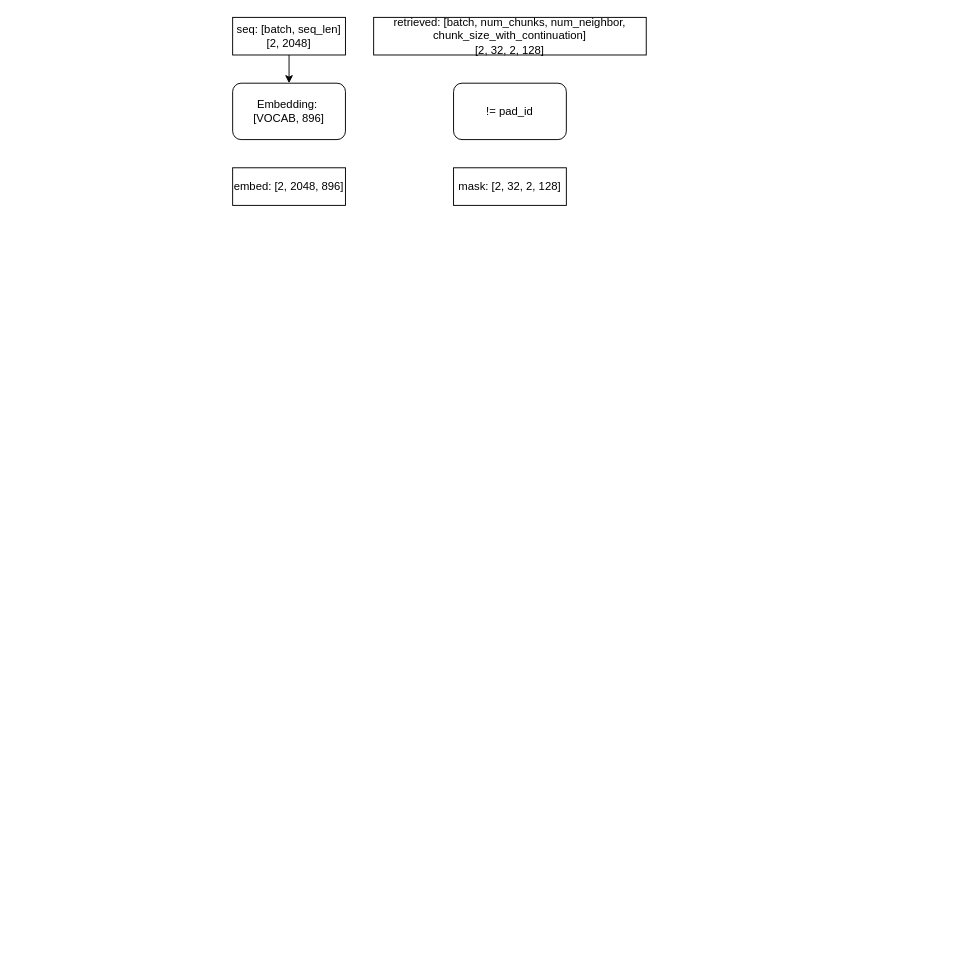
Above: study/未命名绘图.drawio in KnowingNothing/ZSZ_Samples (draw.io), before the change. Source tidied: cells renumbered, new cells numbered last; positions are measured from the earlier drawing's top-left corner, leaving out a move shared by most shapes. Both pictures are drawn from the tidied source at 94%, with x=0, y=0 at pixel (232, 17).
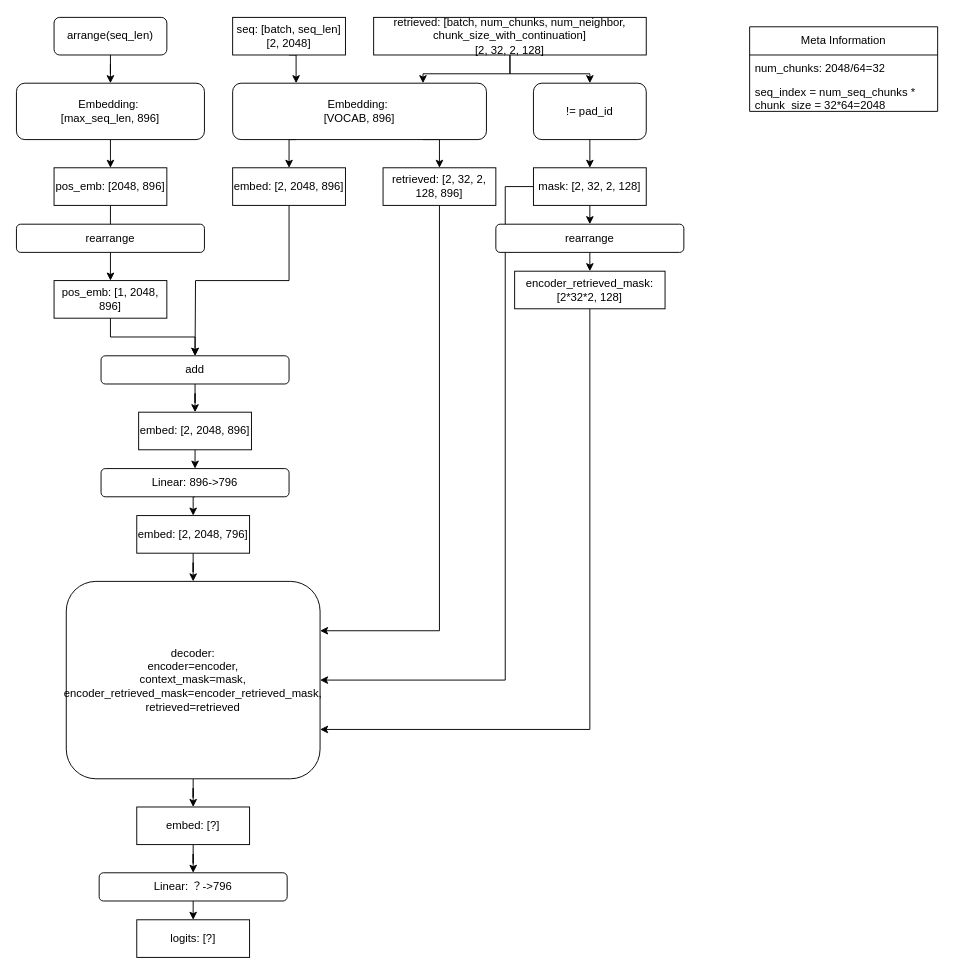
Above is the later version.

Commit message (it also covers changes not shown here):
更新未命名绘图.drawio

The change refers to these unchanged cells:
```xml
<mxCell id="3" value="seq: [batch, seq_len]&lt;br&gt;[2, 2048]" style="rounded=0;whiteSpace=wrap;html=1;" parent="1" vertex="1">
  <mxGeometry width="120" height="40" as="geometry" />
</mxCell>
<mxCell id="4" value="embed: [2, 2048, 896]" style="rounded=0;whiteSpace=wrap;html=1;" parent="1" vertex="1">
  <mxGeometry y="160" width="120" height="40" as="geometry" />
</mxCell>
<mxCell id="6" value="retrieved: [batch, num_chunks, num_neighbor, chunk_size_with_continuation]&lt;br&gt;[2, 32, 2, 128]" style="rounded=0;whiteSpace=wrap;html=1;" parent="1" vertex="1">
  <mxGeometry x="150" width="290" height="40" as="geometry" />
</mxCell>
```

Diff of the diagram source:
```diff
@@
-    <mxCell id="2" style="edgeStyle=orthogonalEdgeStyle;rounded=0;jettySize=auto;html=1;exitX=0.5;exitY=1;exitDx=0;exitDy=0;entryX=0.5;entryY=0;entryDx=0;entryDy=0;" parent="1" edge="1" source="3">
-      <mxGeometry relative="1" as="geometry">
-        <mxPoint x="60" y="70" as="targetPoint" />
-      </mxGeometry>
+    <mxCell id="2" style="edgeStyle=orthogonalEdgeStyle;rounded=0;jettySize=auto;html=1;exitX=0.5;exitY=1;exitDx=0;exitDy=0;entryX=0.25;entryY=0;entryDx=0;entryDy=0;" parent="1" edge="1" source="3" target="5">
+      <mxGeometry relative="1" as="geometry" />
     </mxCell>
@@
+    <mxCell id="9" style="edgeStyle=orthogonalEdgeStyle;rounded=0;jettySize=auto;html=1;exitX=0.5;exitY=1;exitDx=0;exitDy=0;" parent="1" edge="1" source="4">
+      <mxGeometry relative="1" as="geometry">
+        <mxPoint x="-40" y="360" as="targetPoint" />
+      </mxGeometry>
+    </mxCell>
@@
+    <mxCell id="10" style="edgeStyle=orthogonalEdgeStyle;rounded=0;jettySize=auto;html=1;exitX=0.25;exitY=1;exitDx=0;exitDy=0;entryX=0.5;entryY=0;entryDx=0;entryDy=0;" parent="1" edge="1" source="5" target="4">
+      <mxGeometry relative="1" as="geometry" />
+    </mxCell>
+    <mxCell id="11" style="edgeStyle=orthogonalEdgeStyle;rounded=0;jettySize=auto;html=1;exitX=0.75;exitY=1;exitDx=0;exitDy=0;entryX=0.5;entryY=0;entryDx=0;entryDy=0;" parent="1" edge="1" source="5" target="21">
+      <mxGeometry relative="1" as="geometry" />
+    </mxCell>
     <mxCell id="5" value="Embedding:&amp;nbsp;&lt;br&gt;[VOCAB, 896]" style="rounded=1;whiteSpace=wrap;html=1;" parent="1" vertex="1">
-      <mxGeometry y="70" width="120" height="60" as="geometry" />
+      <mxGeometry y="70" width="270" height="60" as="geometry" />
     </mxCell>
+    <mxCell id="12" style="edgeStyle=orthogonalEdgeStyle;rounded=0;jettySize=auto;html=1;exitX=0.5;exitY=1;exitDx=0;exitDy=0;" parent="1" edge="1" source="6" target="7">
+      <mxGeometry relative="1" as="geometry" />
+    </mxCell>
+    <mxCell id="13" style="edgeStyle=orthogonalEdgeStyle;rounded=0;jettySize=auto;html=1;exitX=0.5;exitY=1;exitDx=0;exitDy=0;entryX=0.75;entryY=0;entryDx=0;entryDy=0;" parent="1" edge="1" source="6" target="5">
+      <mxGeometry relative="1" as="geometry" />
+    </mxCell>
@@
+    <mxCell id="14" style="edgeStyle=orthogonalEdgeStyle;rounded=0;jettySize=auto;html=1;exitX=0.5;exitY=1;exitDx=0;exitDy=0;entryX=0.5;entryY=0;entryDx=0;entryDy=0;" parent="1" edge="1" source="7" target="8">
+      <mxGeometry relative="1" as="geometry" />
+    </mxCell>
     <mxCell id="7" value="!= pad_id" style="rounded=1;whiteSpace=wrap;html=1;" parent="1" vertex="1">
-      <mxGeometry x="235" y="70" width="120" height="60" as="geometry" />
+      <mxGeometry x="320" y="70" width="120" height="60" as="geometry" />
     </mxCell>
+    <mxCell id="15" style="edgeStyle=orthogonalEdgeStyle;rounded=0;jettySize=auto;html=1;exitX=0.5;exitY=1;exitDx=0;exitDy=0;entryX=0.5;entryY=0;entryDx=0;entryDy=0;" parent="1" edge="1" source="8" target="38">
+      <mxGeometry relative="1" as="geometry" />
+    </mxCell>
+    <mxCell id="16" style="edgeStyle=orthogonalEdgeStyle;rounded=0;jettySize=auto;html=1;exitX=0;exitY=0.5;exitDx=0;exitDy=0;entryX=1;entryY=0.5;entryDx=0;entryDy=0;" parent="1" edge="1" source="8" target="36">
+      <mxGeometry relative="1" as="geometry">
+        <Array as="points">
+          <mxPoint x="290" y="180" />
+          <mxPoint x="290" y="705" />
+        </Array>
+      </mxGeometry>
+    </mxCell>
     <mxCell id="8" value="mask: [2, 32, 2, 128]" style="rounded=0;whiteSpace=wrap;html=1;" parent="1" vertex="1">
-      <mxGeometry x="235" y="160" width="120" height="40" as="geometry" />
+      <mxGeometry x="320" y="160" width="120" height="40" as="geometry" />
     </mxCell>
+    <mxCell id="17" value="Meta Information" style="swimlane;fontStyle=0;horizontal=1;startSize=30;whiteSpace=wrap;html=1;" parent="1" vertex="1">
+      <mxGeometry x="550" y="10" width="200" height="90" as="geometry" />
+    </mxCell>
+    <mxCell id="18" value="num_chunks: 2048/64=32" style="text;strokeColor=none;fillColor=none;align=left;verticalAlign=middle;spacingLeft=4;spacingRight=4;overflow=hidden;whiteSpace=wrap;html=1;" parent="17" vertex="1">
+      <mxGeometry y="30" width="200" height="30" as="geometry" />
+    </mxCell>
+    <mxCell id="19" value="seq_index = num_seq_chunks * chunk_size = 32*64=2048" style="text;strokeColor=none;fillColor=none;align=left;verticalAlign=middle;spacingLeft=4;spacingRight=4;overflow=hidden;whiteSpace=wrap;html=1;" parent="17" vertex="1">
+      <mxGeometry y="60" width="200" height="30" as="geometry" />
+    </mxCell>
+    <mxCell id="20" style="edgeStyle=orthogonalEdgeStyle;rounded=0;jettySize=auto;html=1;exitX=0.5;exitY=1;exitDx=0;exitDy=0;entryX=1;entryY=0.25;entryDx=0;entryDy=0;" parent="1" edge="1" source="21" target="36">
+      <mxGeometry relative="1" as="geometry" />
+    </mxCell>
+    <mxCell id="21" value="retrieved: [2, 32, 2, 128, 896]" style="rounded=0;whiteSpace=wrap;html=1;" parent="1" vertex="1">
+      <mxGeometry x="160" y="160" width="120" height="40" as="geometry" />
+    </mxCell>
+    <mxCell id="22" style="edgeStyle=orthogonalEdgeStyle;rounded=0;jettySize=auto;html=1;" parent="1" edge="1" source="23" target="25">
+      <mxGeometry relative="1" as="geometry" />
+    </mxCell>
+    <mxCell id="23" value="arrange(seq_len)" style="rounded=1;whiteSpace=wrap;html=1;" parent="1" vertex="1">
+      <mxGeometry x="-190" width="120" height="40" as="geometry" />
+    </mxCell>
+    <mxCell id="24" style="edgeStyle=orthogonalEdgeStyle;rounded=0;jettySize=auto;html=1;exitX=0.5;exitY=1;exitDx=0;exitDy=0;entryX=0.5;entryY=0;entryDx=0;entryDy=0;" parent="1" edge="1" source="25" target="27">
+      <mxGeometry relative="1" as="geometry" />
+    </mxCell>
+    <mxCell id="25" value="Embedding:&amp;nbsp;&lt;br&gt;[max_seq_len, 896]" style="rounded=1;whiteSpace=wrap;html=1;" parent="1" vertex="1">
+      <mxGeometry x="-230" y="70" width="200" height="60" as="geometry" />
+    </mxCell>
+    <mxCell id="26" style="edgeStyle=orthogonalEdgeStyle;rounded=0;jettySize=auto;html=1;" parent="1" edge="1" source="27" target="30">
+      <mxGeometry relative="1" as="geometry" />
+    </mxCell>
+    <mxCell id="27" value="pos_emb: [2048, 896]" style="rounded=0;whiteSpace=wrap;html=1;" parent="1" vertex="1">
+      <mxGeometry x="-190" y="160" width="120" height="40" as="geometry" />
+    </mxCell>
+    <mxCell id="28" value="rearrange" style="rounded=1;whiteSpace=wrap;html=1;" parent="1" vertex="1">
+      <mxGeometry x="-230" y="220" width="200" height="30" as="geometry" />
+    </mxCell>
+    <mxCell id="29" style="edgeStyle=orthogonalEdgeStyle;rounded=0;jettySize=auto;html=1;" parent="1" edge="1" source="30" target="32">
+      <mxGeometry relative="1" as="geometry" />
+    </mxCell>
+    <mxCell id="30" value="pos_emb: [1, 2048, 896]" style="rounded=0;whiteSpace=wrap;html=1;" parent="1" vertex="1">
+      <mxGeometry x="-190" y="280" width="120" height="40" as="geometry" />
+    </mxCell>
+    <mxCell id="31" style="edgeStyle=orthogonalEdgeStyle;rounded=0;jettySize=auto;html=1;" parent="1" edge="1" source="32" target="34">
+      <mxGeometry relative="1" as="geometry" />
+    </mxCell>
+    <mxCell id="32" value="add" style="rounded=1;whiteSpace=wrap;html=1;" parent="1" vertex="1">
+      <mxGeometry x="-140" y="360" width="200" height="30" as="geometry" />
+    </mxCell>
+    <mxCell id="33" style="edgeStyle=orthogonalEdgeStyle;rounded=0;jettySize=auto;html=1;exitX=0.5;exitY=1;exitDx=0;exitDy=0;entryX=0.5;entryY=0;entryDx=0;entryDy=0;" parent="1" edge="1" source="34" target="42">
+      <mxGeometry relative="1" as="geometry" />
+    </mxCell>
+    <mxCell id="34" value="embed: [2, 2048, 896]" style="rounded=0;whiteSpace=wrap;html=1;" parent="1" vertex="1">
+      <mxGeometry x="-100" y="420" width="120" height="40" as="geometry" />
+    </mxCell>
+    <mxCell id="35" style="edgeStyle=orthogonalEdgeStyle;rounded=0;jettySize=auto;html=1;" parent="1" edge="1" source="36" target="46">
+      <mxGeometry relative="1" as="geometry" />
+    </mxCell>
+    <mxCell id="36" value="decoder:&lt;br&gt;encoder=encoder,&lt;br&gt;context_mask=mask,&lt;br&gt;encoder_retrieved_mask=encoder_retrieved_mask,&lt;br&gt;retrieved=retrieved" style="rounded=1;whiteSpace=wrap;html=1;" parent="1" vertex="1">
+      <mxGeometry x="-177" y="600" width="270" height="210" as="geometry" />
+    </mxCell>
+    <mxCell id="37" style="edgeStyle=orthogonalEdgeStyle;rounded=0;jettySize=auto;html=1;exitX=0.5;exitY=1;exitDx=0;exitDy=0;entryX=0.5;entryY=0;entryDx=0;entryDy=0;" parent="1" edge="1" source="38" target="40">
+      <mxGeometry relative="1" as="geometry" />
+    </mxCell>
+    <mxCell id="38" value="rearrange" style="rounded=1;whiteSpace=wrap;html=1;" parent="1" vertex="1">
+      <mxGeometry x="280" y="220" width="200" height="30" as="geometry" />
+    </mxCell>
+    <mxCell id="39" style="edgeStyle=orthogonalEdgeStyle;rounded=0;jettySize=auto;html=1;exitX=0.5;exitY=1;exitDx=0;exitDy=0;entryX=1;entryY=0.75;entryDx=0;entryDy=0;" parent="1" edge="1" source="40" target="36">
+      <mxGeometry relative="1" as="geometry" />
+    </mxCell>
+    <mxCell id="40" value="encoder_retrieved_mask:[2*32*2, 128]" style="rounded=0;whiteSpace=wrap;html=1;" parent="1" vertex="1">
+      <mxGeometry x="300" y="270" width="160" height="40" as="geometry" />
+    </mxCell>
+    <mxCell id="41" style="edgeStyle=orthogonalEdgeStyle;rounded=0;jettySize=auto;html=1;exitX=0.5;exitY=1;exitDx=0;exitDy=0;entryX=0.5;entryY=0;entryDx=0;entryDy=0;" parent="1" edge="1" source="42" target="44">
+      <mxGeometry relative="1" as="geometry" />
+    </mxCell>
+    <mxCell id="42" value="Linear: 896-&amp;gt;796" style="rounded=1;whiteSpace=wrap;html=1;" parent="1" vertex="1">
+      <mxGeometry x="-140" y="480" width="200" height="30" as="geometry" />
+    </mxCell>
+    <mxCell id="43" style="edgeStyle=orthogonalEdgeStyle;rounded=0;jettySize=auto;html=1;" parent="1" edge="1" source="44" target="36">
+      <mxGeometry relative="1" as="geometry" />
+    </mxCell>
+    <mxCell id="44" value="embed: [2, 2048, 796]" style="rounded=0;whiteSpace=wrap;html=1;" parent="1" vertex="1">
+      <mxGeometry x="-102" y="530" width="120" height="40" as="geometry" />
+    </mxCell>
+    <mxCell id="45" style="edgeStyle=orthogonalEdgeStyle;rounded=0;jettySize=auto;html=1;" parent="1" edge="1" source="46" target="48">
+      <mxGeometry relative="1" as="geometry" />
+    </mxCell>
+    <mxCell id="46" value="embed: [?]" style="rounded=0;whiteSpace=wrap;html=1;" parent="1" vertex="1">
+      <mxGeometry x="-102" y="840" width="120" height="40" as="geometry" />
+    </mxCell>
+    <mxCell id="47" style="edgeStyle=orthogonalEdgeStyle;rounded=0;jettySize=auto;html=1;exitX=0.5;exitY=1;exitDx=0;exitDy=0;entryX=0.5;entryY=0;entryDx=0;entryDy=0;" parent="1" edge="1" source="48" target="49">
+      <mxGeometry relative="1" as="geometry" />
+    </mxCell>
+    <mxCell id="48" value="Linear: ？-&amp;gt;796" style="rounded=1;whiteSpace=wrap;html=1;" parent="1" vertex="1">
+      <mxGeometry x="-142" y="910" width="200" height="30" as="geometry" />
+    </mxCell>
+    <mxCell id="49" value="logits: [?]" style="rounded=0;whiteSpace=wrap;html=1;" parent="1" vertex="1">
+      <mxGeometry x="-102" y="960" width="120" height="40" as="geometry" />
+    </mxCell>
```
